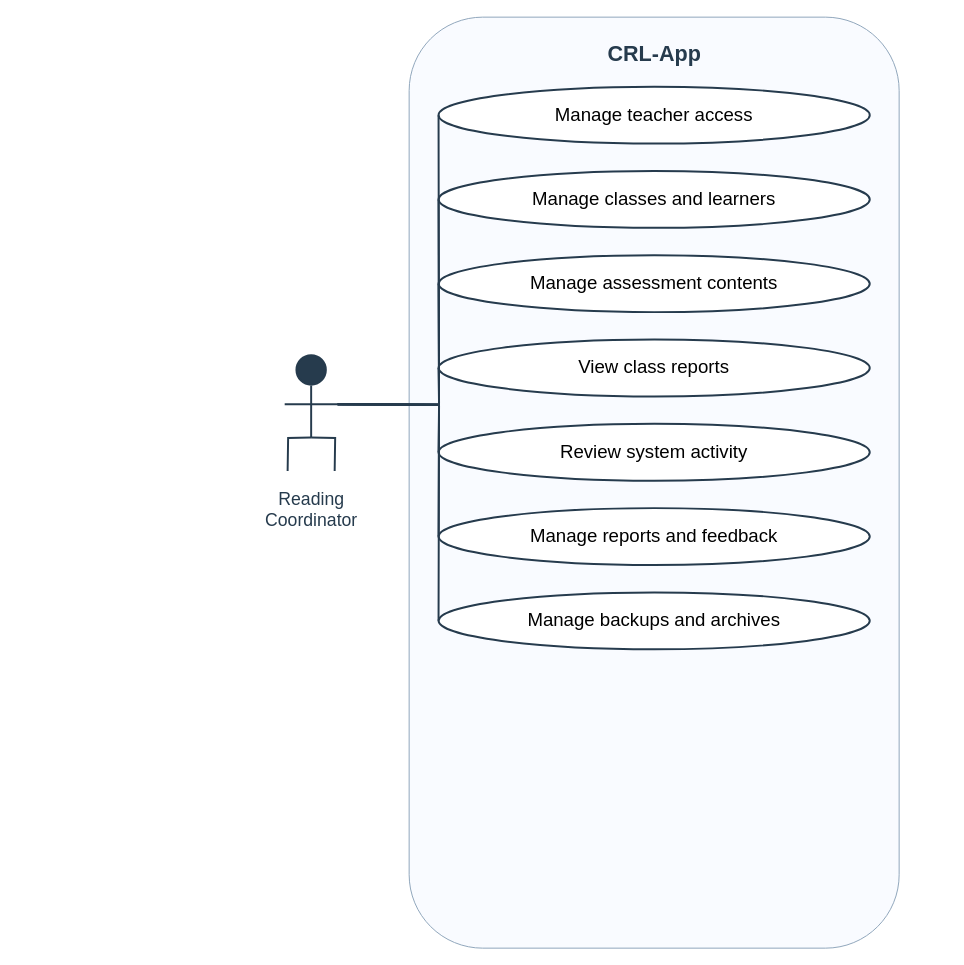
This is docs/diagrams/class-workspaces/figure-07-admin-use-cases.drawio from AkuSayangKamuJudaSayang/crl-app, a draw.io file, before an edit. Source tidied: cells renumbered, new cells numbered last; positions are measured from the earlier drawing's top-left corner, leaving out a move shared by most shapes. Both pictures are drawn from the tidied source at 98%, with x=0, y=0 at pixel (17, 17).
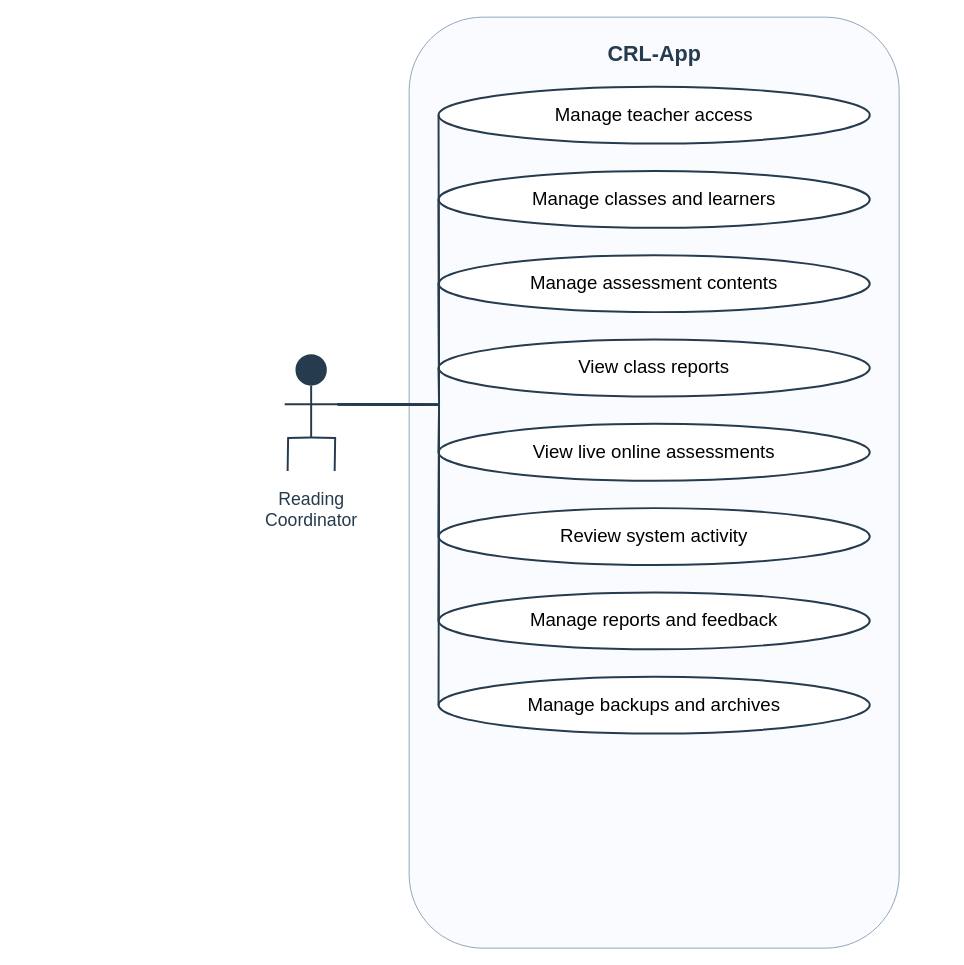
The same page after the edit.

What changed in the source:
```diff
@@
-    <mxCell id="8" value="Review system activity" style="rounded=1;whiteSpace=wrap;html=1;fillColor=#ffffff;strokeColor=#263b4d;strokeWidth=2;fontSize=19;shape=ellipse;" parent="1" vertex="1">
+    <mxCell id="8" value="View live online assessments" style="rounded=1;whiteSpace=wrap;html=1;fillColor=#ffffff;strokeColor=#263b4d;strokeWidth=2;fontSize=19;shape=ellipse;" parent="1" vertex="1">
       <mxGeometry x="430" y="415" width="440" height="58" as="geometry" />
     </mxCell>
-    <mxCell id="9" value="Manage reports and feedback" style="rounded=1;whiteSpace=wrap;html=1;fillColor=#ffffff;strokeColor=#263b4d;strokeWidth=2;fontSize=19;shape=ellipse;" parent="1" vertex="1">
+    <mxCell id="9" value="Review system activity" style="rounded=1;whiteSpace=wrap;html=1;fillColor=#ffffff;strokeColor=#263b4d;strokeWidth=2;fontSize=19;shape=ellipse;" parent="1" vertex="1">
       <mxGeometry x="430" y="501" width="440" height="58" as="geometry" />
     </mxCell>
-    <mxCell id="10" value="Manage backups and archives" style="rounded=1;whiteSpace=wrap;html=1;fillColor=#ffffff;strokeColor=#263b4d;strokeWidth=2;fontSize=19;shape=ellipse;" parent="1" vertex="1">
+    <mxCell id="10" value="Manage reports and feedback" style="rounded=1;whiteSpace=wrap;html=1;fillColor=#ffffff;strokeColor=#263b4d;strokeWidth=2;fontSize=19;shape=ellipse;" parent="1" vertex="1">
       <mxGeometry x="430" y="587" width="440" height="58" as="geometry" />
     </mxCell>
+    <mxCell id="24" value="Manage backups and archives" style="rounded=1;whiteSpace=wrap;html=1;fillColor=#ffffff;strokeColor=#263b4d;strokeWidth=2;fontSize=19;shape=ellipse;" parent="1" vertex="1">
+      <mxGeometry x="430" y="673" width="440" height="58" as="geometry" />
+    </mxCell>
@@
+    <mxCell id="25" style="edgeStyle=orthogonalEdgeStyle;rounded=0;html=1;endArrow=none;strokeColor=#263b4d;strokeWidth=2;exitX=0.5;exitY=0.5;entryX=0.5;entryY=0.5;fontSize=18;labelBackgroundColor=#ffffff;" parent="1" edge="1">
+      <mxGeometry relative="1" as="geometry">
+        <mxPoint x="327" y="395" as="sourcePoint" />
+        <mxPoint x="430" y="702" as="targetPoint" />
+      </mxGeometry>
+    </mxCell>
```
